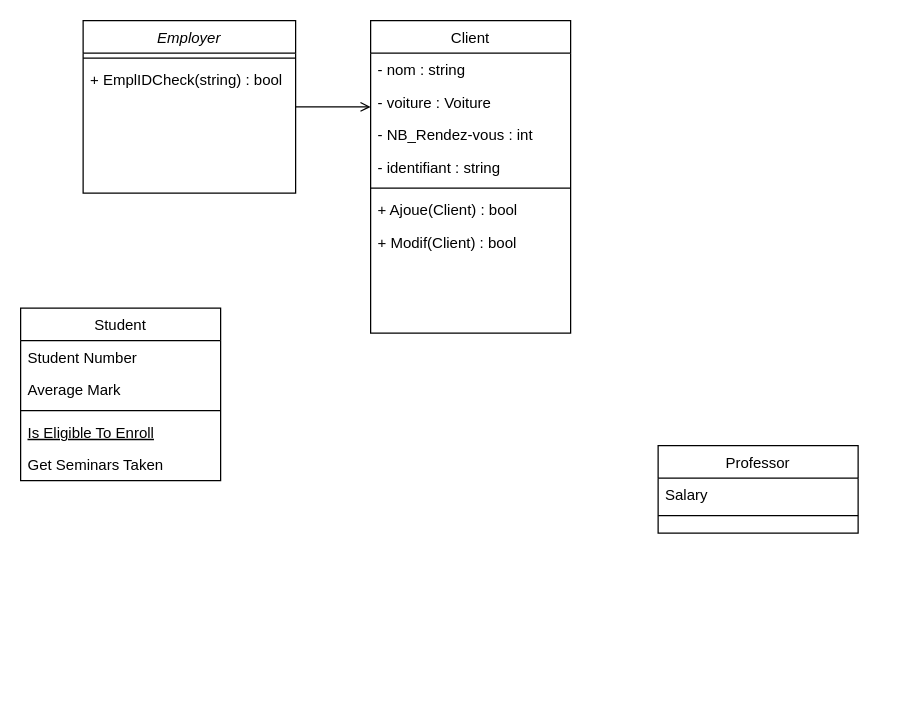
This is Remise-1_V2/uml.drawio from Tonilll/Windows_Final, a draw.io file, before an edit. Source tidied: cells renumbered, new cells numbered last; positions are measured from the earlier drawing's top-left corner, leaving out a move shared by most shapes. Both pictures are drawn from the tidied source at 125%, with x=0, y=0 at pixel (20, 20).
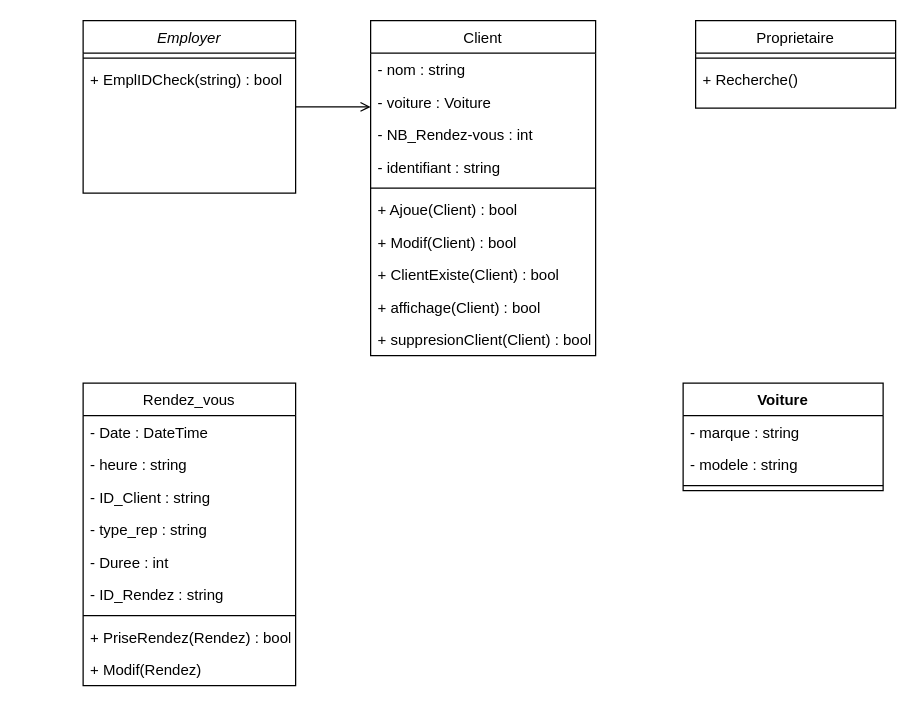
Above is the later version.

Change to the diagram source:
```diff
@@
-    <mxCell id="5" value="Student" style="swimlane;fontStyle=0;align=center;verticalAlign=top;horizontal=1;startSize=26;rounded=0;shadow=0;strokeWidth=1;" parent="1" vertex="1">
-      <mxGeometry y="230" width="160" height="138" as="geometry" />
+    <mxCell id="5" value="Rendez_vous" style="swimlane;fontStyle=0;align=center;verticalAlign=top;horizontal=1;startSize=26;rounded=0;shadow=0;strokeWidth=1;" parent="1" vertex="1">
+      <mxGeometry x="50" y="290" width="170" height="242" as="geometry" />
     </mxCell>
-    <mxCell id="6" value="Student Number" style="text;align=left;verticalAlign=top;spacingLeft=4;spacingRight=4;overflow=hidden;" parent="5" vertex="1">
-      <mxGeometry y="26" width="160" height="26" as="geometry" />
+    <mxCell id="6" value="- Date : DateTime" style="text;align=left;verticalAlign=top;spacingLeft=4;spacingRight=4;overflow=hidden;" parent="5" vertex="1">
+      <mxGeometry y="26" width="170" height="26" as="geometry" />
     </mxCell>
-    <mxCell id="7" value="Average Mark" style="text;align=left;verticalAlign=top;spacingLeft=4;spacingRight=4;overflow=hidden;rounded=0;shadow=0;html=0;" parent="5" vertex="1">
-      <mxGeometry y="52" width="160" height="26" as="geometry" />
+    <mxCell id="7" value="- heure : string" style="text;align=left;verticalAlign=top;spacingLeft=4;spacingRight=4;overflow=hidden;rounded=0;shadow=0;html=0;" parent="5" vertex="1">
+      <mxGeometry y="52" width="170" height="26" as="geometry" />
     </mxCell>
+    <mxCell id="24" value="- ID_Client : string" style="text;align=left;verticalAlign=top;spacingLeft=4;spacingRight=4;overflow=hidden;rounded=0;shadow=0;html=0;" parent="5" vertex="1">
+      <mxGeometry y="78" width="170" height="26" as="geometry" />
+    </mxCell>
+    <mxCell id="25" value="- type_rep : string" style="text;align=left;verticalAlign=top;spacingLeft=4;spacingRight=4;overflow=hidden;rounded=0;shadow=0;html=0;" parent="5" vertex="1">
+      <mxGeometry y="104" width="170" height="26" as="geometry" />
+    </mxCell>
+    <mxCell id="26" value="- Duree : int" style="text;align=left;verticalAlign=top;spacingLeft=4;spacingRight=4;overflow=hidden;rounded=0;shadow=0;html=0;" parent="5" vertex="1">
+      <mxGeometry y="130" width="170" height="26" as="geometry" />
+    </mxCell>
+    <mxCell id="27" value="- ID_Rendez : string" style="text;align=left;verticalAlign=top;spacingLeft=4;spacingRight=4;overflow=hidden;rounded=0;shadow=0;html=0;" parent="5" vertex="1">
+      <mxGeometry y="156" width="170" height="26" as="geometry" />
+    </mxCell>
     <mxCell id="8" style="line;html=1;strokeWidth=1;align=left;verticalAlign=middle;spacingTop=-1;spacingLeft=3;spacingRight=3;labelPosition=right;" parent="5" vertex="1">
-      <mxGeometry y="78" width="160" height="8" as="geometry" />
+      <mxGeometry y="182" width="170" height="8" as="geometry" />
     </mxCell>
-    <mxCell id="9" value="Is Eligible To Enroll" style="text;align=left;verticalAlign=top;spacingLeft=4;spacingRight=4;overflow=hidden;fontStyle=4;" parent="5" vertex="1">
-      <mxGeometry y="86" width="160" height="26" as="geometry" />
-    </mxCell>
-    <mxCell id="10" value="Get Seminars Taken" style="text;align=left;verticalAlign=top;spacingLeft=4;spacingRight=4;overflow=hidden;" parent="5" vertex="1">
-      <mxGeometry y="112" width="160" height="26" as="geometry" />
+    <mxCell id="10" value="+ PriseRendez(Rendez) : bool" style="text;align=left;verticalAlign=top;spacingLeft=4;spacingRight=4;overflow=hidden;" parent="5" vertex="1">
+      <mxGeometry y="190" width="170" height="26" as="geometry" />
     </mxCell>
+    <mxCell id="28" value="+ Modif(Rendez)" style="text;align=left;verticalAlign=top;spacingLeft=4;spacingRight=4;overflow=hidden;" parent="5" vertex="1">
+      <mxGeometry y="216" width="170" height="26" as="geometry" />
+    </mxCell>
-    <mxCell id="11" value="Professor" style="swimlane;fontStyle=0;align=center;verticalAlign=top;horizontal=1;startSize=26;rounded=0;shadow=0;strokeWidth=1;" parent="1" vertex="1">
-      <mxGeometry x="510" y="340" width="160" height="70" as="geometry" />
+    <mxCell id="11" value="Proprietaire" style="swimlane;fontStyle=0;align=center;verticalAlign=top;horizontal=1;startSize=26;rounded=0;shadow=0;strokeWidth=1;" parent="1" vertex="1">
+      <mxGeometry x="540" width="160" height="70" as="geometry" />
     </mxCell>
+    <mxCell id="13" style="line;html=1;strokeWidth=1;align=left;verticalAlign=middle;spacingTop=-1;spacingLeft=3;spacingRight=3;labelPosition=right;" parent="11" vertex="1">
+      <mxGeometry y="26" width="160" height="8" as="geometry" />
+    </mxCell>
-    <mxCell id="12" value="Salary" style="text;align=left;verticalAlign=top;spacingLeft=4;spacingRight=4;overflow=hidden;" parent="11" vertex="1">
-      <mxGeometry y="26" width="160" height="26" as="geometry" />
+    <mxCell id="12" value="+ Recherche()" style="text;align=left;verticalAlign=top;spacingLeft=4;spacingRight=4;overflow=hidden;" parent="11" vertex="1">
+      <mxGeometry y="34" width="160" height="26" as="geometry" />
     </mxCell>
-    <mxCell id="13" style="line;html=1;strokeWidth=1;align=left;verticalAlign=middle;spacingTop=-1;spacingLeft=3;spacingRight=3;labelPosition=right;" parent="11" vertex="1">
-      <mxGeometry y="52" width="160" height="8" as="geometry" />
-    </mxCell>
     <mxCell id="14" value="Client" style="swimlane;fontStyle=0;align=center;verticalAlign=top;horizontal=1;startSize=26;rounded=0;shadow=0;strokeWidth=1;" parent="1" vertex="1">
-      <mxGeometry x="280" width="160" height="250" as="geometry" />
+      <mxGeometry x="280" width="180" height="268" as="geometry" />
     </mxCell>
     <mxCell id="15" value="- nom : string" style="text;align=left;verticalAlign=top;spacingLeft=4;spacingRight=4;overflow=hidden;" parent="14" vertex="1">
-      <mxGeometry y="26" width="160" height="26" as="geometry" />
+      <mxGeometry y="26" width="180" height="26" as="geometry" />
     </mxCell>
     <mxCell id="16" value="- voiture : Voiture" style="text;align=left;verticalAlign=top;spacingLeft=4;spacingRight=4;overflow=hidden;rounded=0;shadow=0;html=0;" parent="14" vertex="1">
-      <mxGeometry y="52" width="160" height="26" as="geometry" />
+      <mxGeometry y="52" width="180" height="26" as="geometry" />
     </mxCell>
     <mxCell id="17" value="- NB_Rendez-vous : int" style="text;align=left;verticalAlign=top;spacingLeft=4;spacingRight=4;overflow=hidden;rounded=0;shadow=0;html=0;" parent="14" vertex="1">
-      <mxGeometry y="78" width="160" height="26" as="geometry" />
+      <mxGeometry y="78" width="180" height="26" as="geometry" />
     </mxCell>
     <mxCell id="18" value="- identifiant : string" style="text;align=left;verticalAlign=top;spacingLeft=4;spacingRight=4;overflow=hidden;rounded=0;shadow=0;html=0;" parent="14" vertex="1">
-      <mxGeometry y="104" width="160" height="26" as="geometry" />
+      <mxGeometry y="104" width="180" height="26" as="geometry" />
     </mxCell>
     <mxCell id="19" style="line;html=1;strokeWidth=1;align=left;verticalAlign=middle;spacingTop=-1;spacingLeft=3;spacingRight=3;labelPosition=right;" parent="14" vertex="1">
-      <mxGeometry y="130" width="160" height="8" as="geometry" />
+      <mxGeometry y="130" width="180" height="8" as="geometry" />
     </mxCell>
     <mxCell id="20" value="+ Ajoue(Client) : bool" style="text;align=left;verticalAlign=top;spacingLeft=4;spacingRight=4;overflow=hidden;" parent="14" vertex="1">
-      <mxGeometry y="138" width="160" height="26" as="geometry" />
+      <mxGeometry y="138" width="180" height="26" as="geometry" />
     </mxCell>
     <mxCell id="21" value="+ Modif(Client) : bool" style="text;align=left;verticalAlign=top;spacingLeft=4;spacingRight=4;overflow=hidden;" parent="14" vertex="1">
-      <mxGeometry y="164" width="160" height="26" as="geometry" />
+      <mxGeometry y="164" width="180" height="26" as="geometry" />
     </mxCell>
-    <mxCell id="22" style="text;align=left;verticalAlign=top;spacingLeft=4;spacingRight=4;overflow=hidden;" parent="14" vertex="1">
-      <mxGeometry y="190" width="160" height="26" as="geometry" />
+    <mxCell id="22" value="+ ClientExiste(Client) : bool" style="text;align=left;verticalAlign=top;spacingLeft=4;spacingRight=4;overflow=hidden;" parent="14" vertex="1">
+      <mxGeometry y="190" width="180" height="26" as="geometry" />
     </mxCell>
+    <mxCell id="29" value="+ affichage(Client) : bool" style="text;align=left;verticalAlign=top;spacingLeft=4;spacingRight=4;overflow=hidden;" parent="14" vertex="1">
+      <mxGeometry y="216" width="180" height="26" as="geometry" />
+    </mxCell>
+    <mxCell id="30" value="+ suppresionClient(Client) : bool" style="text;align=left;verticalAlign=top;spacingLeft=4;spacingRight=4;overflow=hidden;" parent="14" vertex="1">
+      <mxGeometry y="242" width="180" height="26" as="geometry" />
+    </mxCell>
@@
+    <mxCell id="31" value="Voiture" style="swimlane;fontStyle=1;align=center;verticalAlign=top;horizontal=1;startSize=26;" parent="1" vertex="1">
+      <mxGeometry x="530" y="290" width="160" height="86" as="geometry" />
+    </mxCell>
+    <mxCell id="32" value="- marque : string" style="text;strokeColor=none;fillColor=none;align=left;verticalAlign=top;spacingLeft=4;spacingRight=4;overflow=hidden;" parent="31" vertex="1">
+      <mxGeometry y="26" width="160" height="26" as="geometry" />
+    </mxCell>
+    <mxCell id="33" value="- modele : string" style="text;strokeColor=none;fillColor=none;align=left;verticalAlign=top;spacingLeft=4;spacingRight=4;overflow=hidden;" parent="31" vertex="1">
+      <mxGeometry y="52" width="160" height="26" as="geometry" />
+    </mxCell>
+    <mxCell id="34" style="line;strokeWidth=1;fillColor=none;align=left;verticalAlign=middle;spacingTop=-1;spacingLeft=3;spacingRight=3;labelPosition=right;strokeColor=inherit;" parent="31" vertex="1">
+      <mxGeometry y="78" width="160" height="8" as="geometry" />
+    </mxCell>
```
